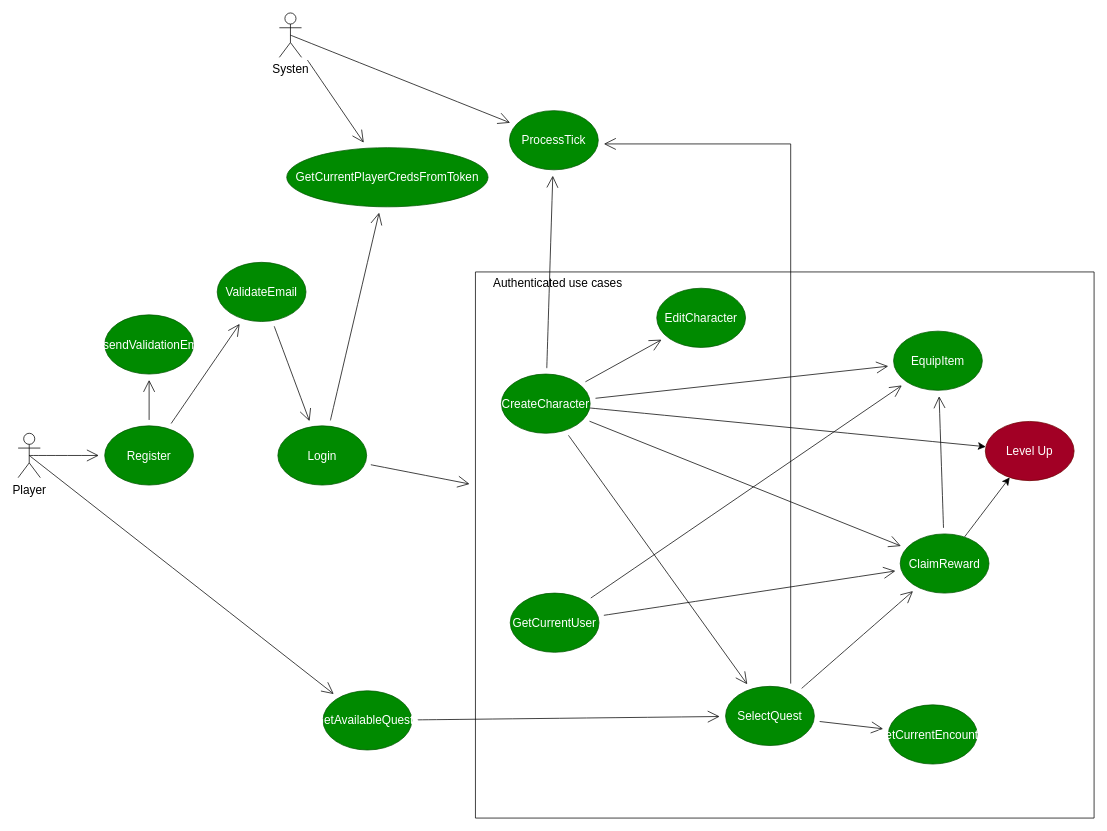
Earlier version of the draw.io diagram IdlegharDotnet/docs/use-cases.drawio (Piarrot/idleghar). Source tidied: cells renumbered, new cells numbered last; positions are measured from the earlier drawing's top-left corner, leaving out a move shared by most shapes. Both pictures are drawn from the tidied source at 74%, with x=0, y=0 at pixel (18, 13).
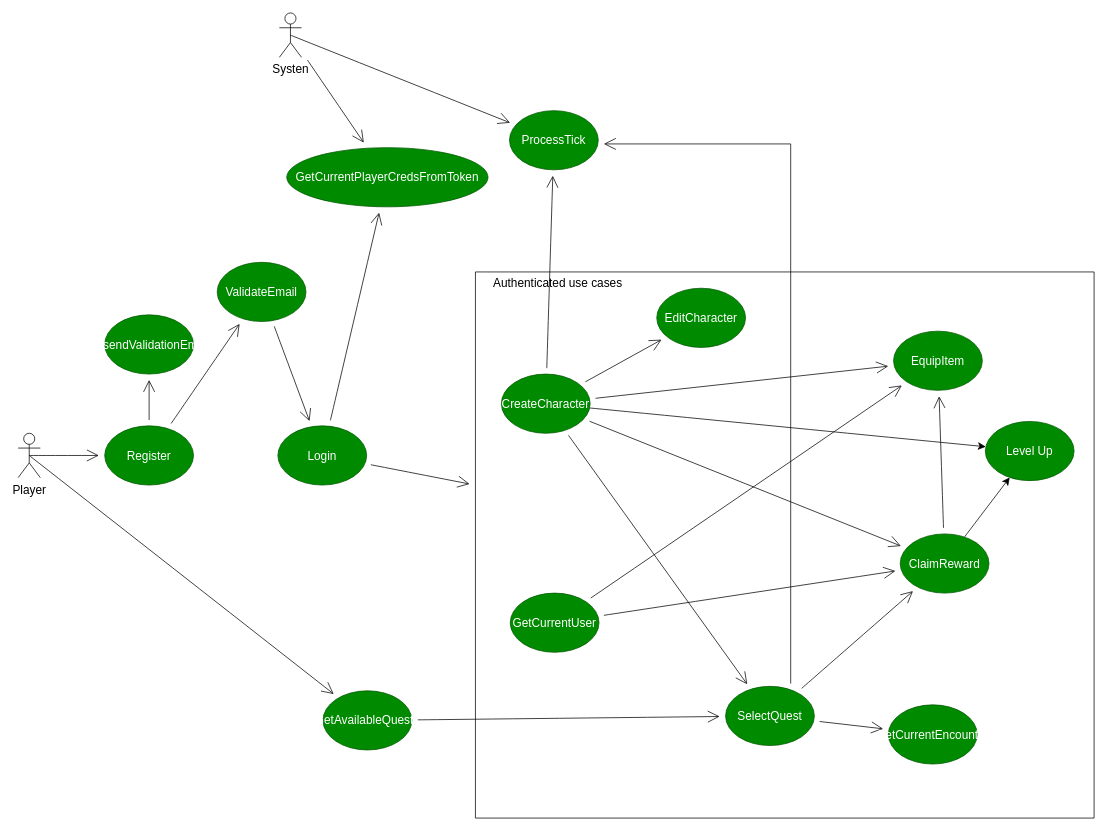
The same diagram, later.

Commit message:
Update use-case completness diagram

The change refers to these unchanged cells:
```xml
<mxCell id="2" style="swimlane;startSize=0;fontSize=16;" parent="1" vertex="1">
  <mxGeometry x="618" y="350" width="836" height="738" as="geometry" />
</mxCell>
```

Diff of the diagram source:
```diff
@@
-    <mxCell id="22" value="Level Up" style="ellipse;whiteSpace=wrap;html=1;fontSize=16;fillColor=#a20025;fontColor=#ffffff;strokeColor=#6F0000;" parent="2" vertex="1">
+    <mxCell id="22" value="Level Up" style="ellipse;whiteSpace=wrap;html=1;fontSize=16;fillColor=#008a00;fontColor=#ffffff;strokeColor=#005700;" parent="2" vertex="1">
       <mxGeometry x="689" y="202" width="120" height="80" as="geometry" />
     </mxCell>
```
